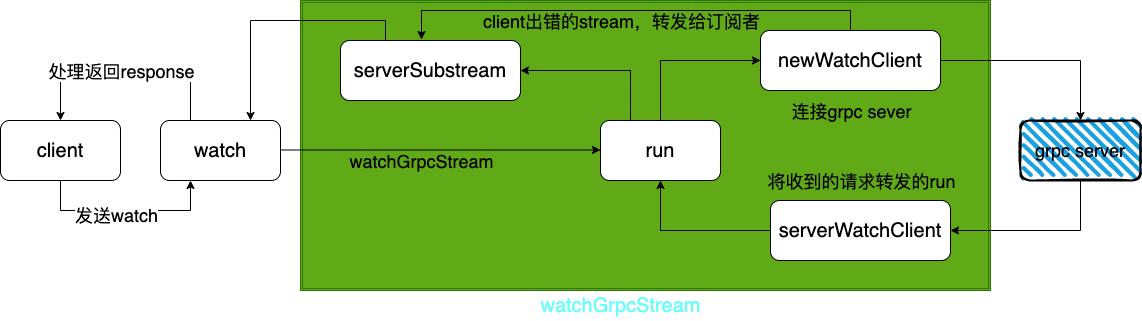
boilingfrog/Go-POINT keeps this draw.io diagram as img/etcd-watch-client.png. Above is the earlier version. Source tidied: cells renumbered, new cells last; positions are measured from the earlier drawing's top-left corner, leaving out a move shared by most shapes.
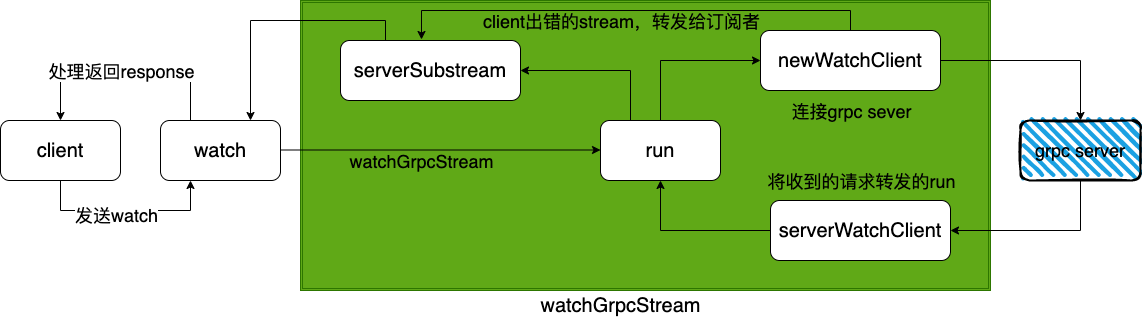
Later version of the same file.

What changed in the source:
```diff
@@ -90,7 +90,7 @@
     <mxCell id="24" value="&lt;span style=&quot;font-size: 20px&quot;&gt;client&lt;/span&gt;" style="rounded=1;whiteSpace=wrap;html=1;" parent="1" vertex="1">
       <mxGeometry y="120" width="120" height="60" as="geometry" />
     </mxCell>
-    <mxCell id="25" value="&lt;span style=&quot;font-size: 20px&quot;&gt;&lt;font color=&quot;#66ffff&quot;&gt;watchGrpcStream&lt;/font&gt;&lt;/span&gt;" style="text;html=1;align=center;verticalAlign=middle;fontSize=18;" parent="1" vertex="1">
+    <mxCell id="25" value="&lt;span style=&quot;font-size: 20px&quot;&gt;&lt;font color=&quot;#000000&quot;&gt;watchGrpcStream&lt;/font&gt;&lt;/span&gt;" style="text;html=1;align=center;verticalAlign=middle;fontSize=18;" parent="1" vertex="1">
       <mxGeometry x="530" y="290" width="180" height="30" as="geometry" />
     </mxCell>
     <mxCell id="26" value="watchGrpcStream" style="edgeLabel;html=1;align=center;verticalAlign=middle;fontSize=18;labelBackgroundColor=none;" parent="1" vertex="1">
```
